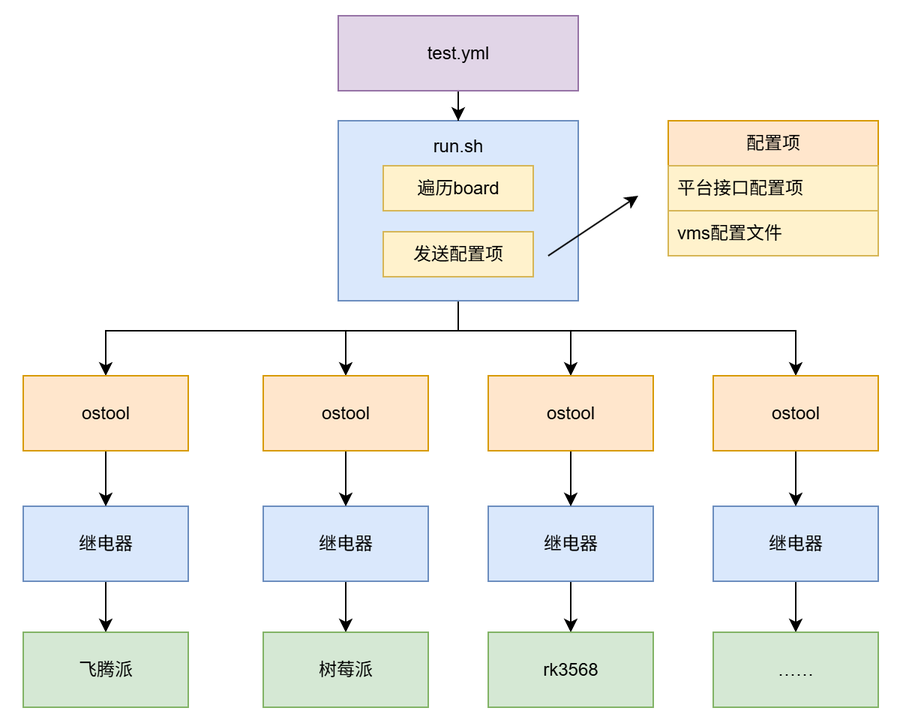
The draw.io diagram img/board_test.png in arceos-hypervisor/axboard_test, before a commit. Source tidied: cells renumbered, new cells last; positions are measured from the earlier drawing's top-left corner, leaving out a move shared by most shapes.
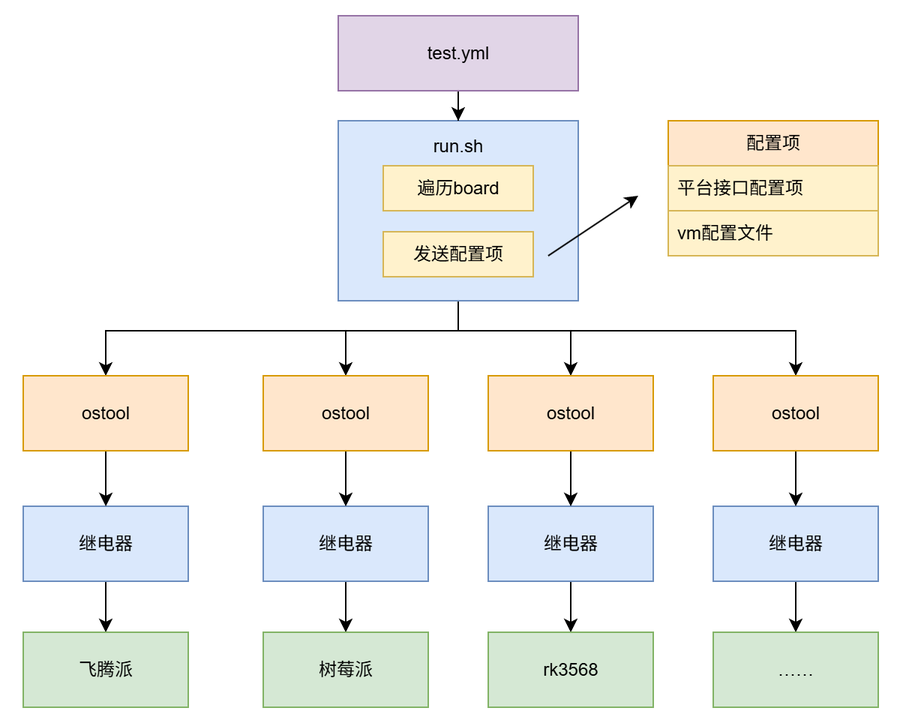
Later version of the same file.

Commit message:
modify image and vmconfig name

Change to the diagram source:
```diff
@@ -52,7 +52,7 @@
     <mxCell id="11" value="&lt;font style=&quot;color: rgb(0, 0, 0);&quot;&gt;平台接口配置项&lt;/font&gt;" style="text;strokeColor=#d6b656;fillColor=#fff2cc;align=left;verticalAlign=middle;spacingLeft=4;spacingRight=4;overflow=hidden;whiteSpace=wrap;html=1;" parent="10" vertex="1">
       <mxGeometry y="30" width="140" height="30" as="geometry" />
     </mxCell>
-    <mxCell id="12" value="vms配置文件" style="text;strokeColor=#d6b656;fillColor=#fff2cc;align=left;verticalAlign=middle;spacingLeft=4;spacingRight=4;overflow=hidden;whiteSpace=wrap;html=1;" parent="10" vertex="1">
+    <mxCell id="12" value="vm配置文件" style="text;strokeColor=#d6b656;fillColor=#fff2cc;align=left;verticalAlign=middle;spacingLeft=4;spacingRight=4;overflow=hidden;whiteSpace=wrap;html=1;" parent="10" vertex="1">
       <mxGeometry y="60" width="140" height="30" as="geometry" />
     </mxCell>
     <mxCell id="13" style="endArrow=classic;html=1;rounded=0;" parent="1" edge="1">
```
